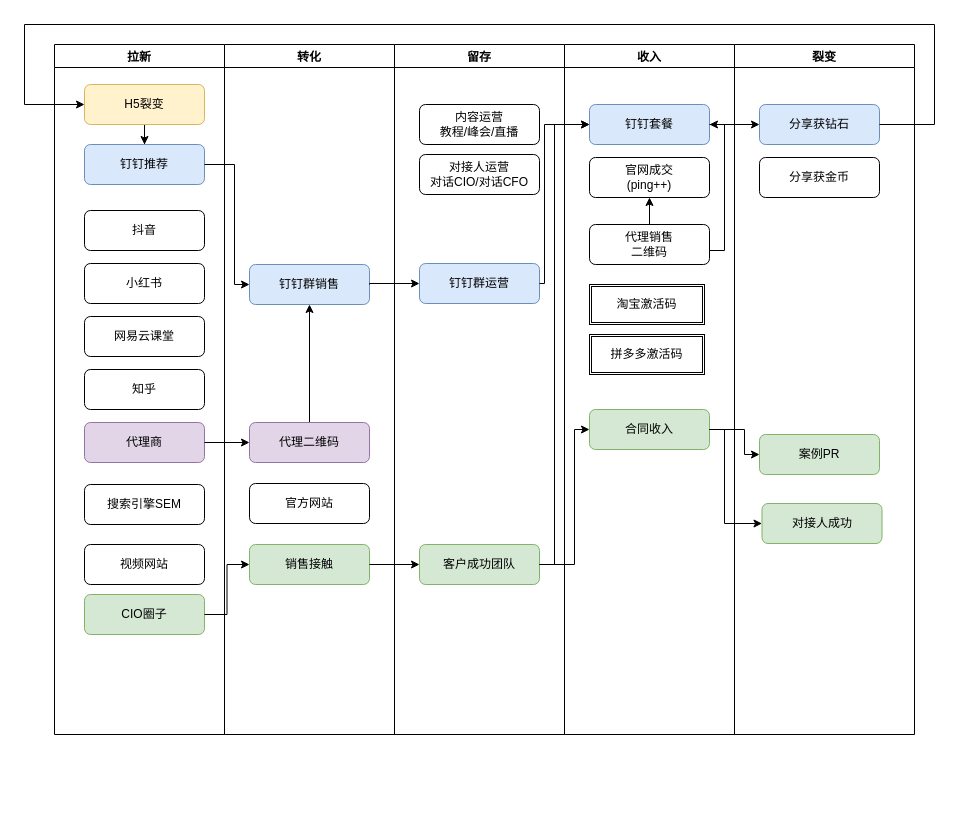
The draw.io diagram mettings/20191104增长.drawio in Javen-Woo/Business, before the edit. Source tidied: cells renumbered, new cells numbered last; positions are measured from the earlier drawing's top-left corner, leaving out a move shared by most shapes. Both pictures are drawn from the tidied source at 100%, with x=0, y=0 at pixel (24, 24).
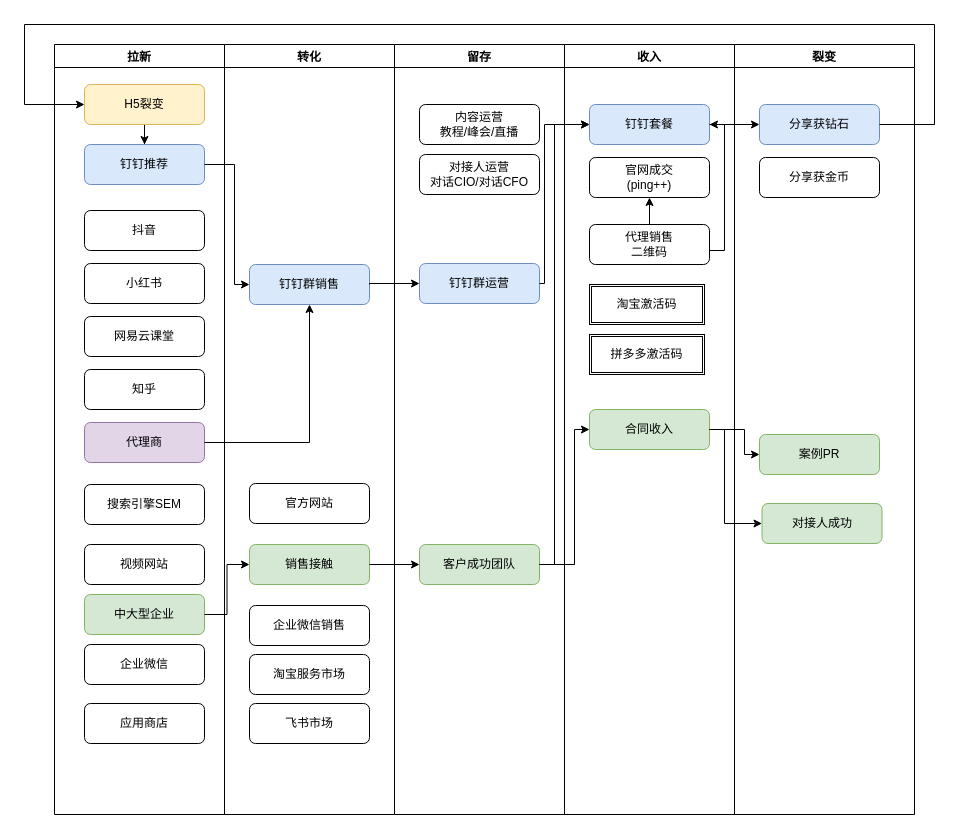
The same page after the edit.

Unchanged cells that the change refers to:
```xml
<mxCell id="10" value="代理商" style="rounded=1;whiteSpace=wrap;html=1;fillColor=#e1d5e7;strokeColor=#9673a6;" parent="2" vertex="1">
  <mxGeometry x="30" y="378" width="120" height="40" as="geometry" />
</mxCell>
<mxCell id="14" value="钉钉群销售" style="rounded=1;whiteSpace=wrap;html=1;fillColor=#dae8fc;strokeColor=#6c8ebf;" parent="13" vertex="1">
  <mxGeometry x="25" y="220" width="120" height="40" as="geometry" />
</mxCell>
```

Diff of the diagram source:
```diff
@@
     <mxCell id="2" value="拉新" style="swimlane;" parent="1" vertex="1">
-      <mxGeometry x="30" y="20" width="170" height="690" as="geometry" />
+      <mxGeometry x="30" y="20" width="170" height="770" as="geometry" />
     </mxCell>
@@
-    <mxCell id="12" value="CIO圈子" style="rounded=1;whiteSpace=wrap;html=1;fillColor=#d5e8d4;strokeColor=#82b366;" parent="2" vertex="1">
+    <mxCell id="12" value="中大型企业" style="rounded=1;whiteSpace=wrap;html=1;fillColor=#d5e8d4;strokeColor=#82b366;" parent="2" vertex="1">
       <mxGeometry x="30" y="550" width="120" height="40" as="geometry" />
     </mxCell>
+    <mxCell id="51" value="应用商店" style="rounded=1;whiteSpace=wrap;html=1;" parent="2" vertex="1">
+      <mxGeometry x="30" y="659" width="120" height="40" as="geometry" />
+    </mxCell>
     <mxCell id="13" value="转化" style="swimlane;" parent="1" vertex="1">
-      <mxGeometry x="200" y="20" width="170" height="690" as="geometry" />
+      <mxGeometry x="200" y="20" width="170" height="770" as="geometry" />
     </mxCell>
@@
-    <mxCell id="15" style="edgeStyle=orthogonalEdgeStyle;rounded=0;jettySize=auto;html=1;exitX=0.5;exitY=0;exitDx=0;exitDy=0;entryX=0.5;entryY=1;entryDx=0;entryDy=0;" parent="13" edge="1" source="16" target="14">
-      <mxGeometry relative="1" as="geometry" />
-    </mxCell>
-    <mxCell id="16" value="代理二维码" style="rounded=1;whiteSpace=wrap;html=1;fillColor=#e1d5e7;strokeColor=#9673a6;" parent="13" vertex="1">
-      <mxGeometry x="25" y="378" width="120" height="40" as="geometry" />
-    </mxCell>
@@
+    <mxCell id="52" value="企业微信销售" style="rounded=1;whiteSpace=wrap;html=1;" parent="13" vertex="1">
+      <mxGeometry x="25" y="561" width="120" height="40" as="geometry" />
+    </mxCell>
+    <mxCell id="53" value="淘宝服务市场" style="rounded=1;whiteSpace=wrap;html=1;" parent="13" vertex="1">
+      <mxGeometry x="25" y="610" width="120" height="40" as="geometry" />
+    </mxCell>
+    <mxCell id="54" value="飞书市场" style="rounded=1;whiteSpace=wrap;html=1;" parent="13" vertex="1">
+      <mxGeometry x="25" y="659" width="120" height="40" as="geometry" />
+    </mxCell>
     <mxCell id="19" value="留存" style="swimlane;" parent="1" vertex="1">
-      <mxGeometry x="370" y="20" width="170" height="690" as="geometry" />
+      <mxGeometry x="370" y="20" width="170" height="770" as="geometry" />
     </mxCell>
@@
     <mxCell id="24" value="收入" style="swimlane;" parent="1" vertex="1">
-      <mxGeometry x="540" y="20" width="170" height="690" as="geometry" />
+      <mxGeometry x="540" y="20" width="170" height="770" as="geometry" />
     </mxCell>
@@
     <mxCell id="33" value="裂变" style="swimlane;" parent="1" vertex="1">
-      <mxGeometry x="710" y="20" width="180" height="690" as="geometry" />
+      <mxGeometry x="710" y="20" width="180" height="770" as="geometry" />
     </mxCell>
@@
-    <mxCell id="41" style="edgeStyle=orthogonalEdgeStyle;rounded=0;jettySize=auto;html=1;exitX=1;exitY=0.5;exitDx=0;exitDy=0;entryX=0;entryY=0.5;entryDx=0;entryDy=0;" parent="1" edge="1" source="10" target="16">
-      <mxGeometry relative="1" as="geometry">
-        <Array as="points">
-          <mxPoint x="200" y="418" />
-          <mxPoint x="200" y="418" />
-        </Array>
-      </mxGeometry>
-    </mxCell>
@@
+    <mxCell id="55" value="企业微信" style="rounded=1;whiteSpace=wrap;html=1;" parent="1" vertex="1">
+      <mxGeometry x="60" y="620" width="120" height="40" as="geometry" />
+    </mxCell>
+    <mxCell id="15" style="edgeStyle=orthogonalEdgeStyle;rounded=0;jettySize=auto;html=1;entryX=0.5;entryY=1;entryDx=0;entryDy=0;" parent="1" edge="1" source="10" target="14">
+      <mxGeometry relative="1" as="geometry" />
+    </mxCell>
```
